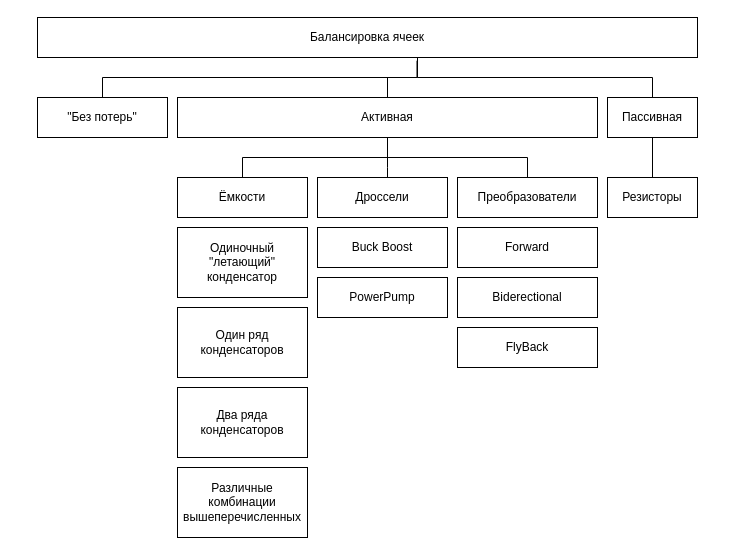
Earlier version of the draw.io diagram img/diagrams/Classification.drawio (buglalis/degree). Source tidied: cells renumbered, new cells numbered last; positions are measured from the earlier drawing's top-left corner, leaving out a move shared by most shapes. Both pictures are drawn from the tidied source at 100%, with x=0, y=0 at pixel (37, 17).
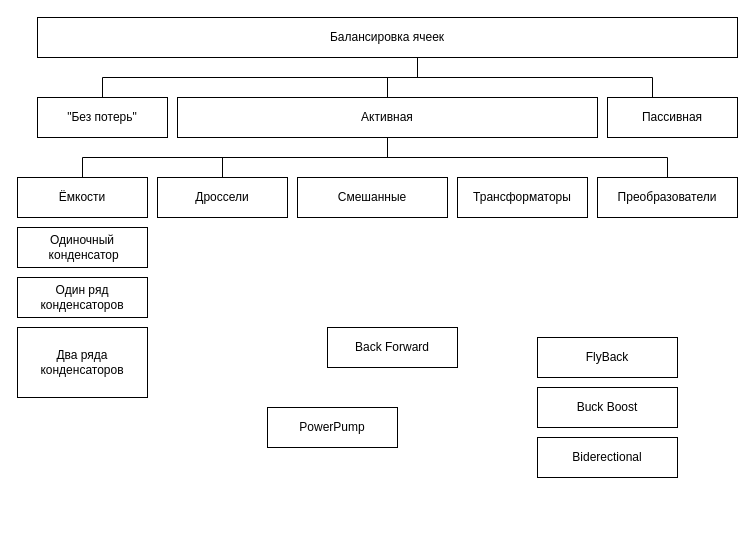
The same page after the edit.

The change refers to these unchanged cells:
```xml
<mxCell id="10" value="Активная" style="rounded=0;whiteSpace=wrap;html=1;" parent="1" vertex="1">
  <mxGeometry x="140" y="80" width="420" height="40" as="geometry" />
</mxCell>
<mxCell id="25" value="&quot;Без потерь&quot;" style="rounded=0;whiteSpace=wrap;html=1;" parent="1" vertex="1">
  <mxGeometry y="80" width="130" height="40" as="geometry" />
</mxCell>
```

Change to the diagram source:
```diff
@@
     <mxCell id="4" value="Балансировка ячеек" style="rounded=0;whiteSpace=wrap;html=1;" parent="1" vertex="1">
-      <mxGeometry width="660" height="40" as="geometry" />
+      <mxGeometry width="700" height="40" as="geometry" />
     </mxCell>
-    <mxCell id="5" style="edgeStyle=orthogonalEdgeStyle;rounded=0;jettySize=auto;html=1;endArrow=none;endFill=0;" parent="1" edge="1" source="6" target="11">
-      <mxGeometry relative="1" as="geometry" />
-    </mxCell>
     <mxCell id="6" value="Пассивная" style="rounded=0;whiteSpace=wrap;html=1;" parent="1" vertex="1">
-      <mxGeometry x="570" y="80" width="90" height="40" as="geometry" />
+      <mxGeometry x="570" y="80" width="130" height="40" as="geometry" />
     </mxCell>
     <mxCell id="7" style="edgeStyle=orthogonalEdgeStyle;rounded=0;jettySize=auto;html=1;strokeColor=default;align=center;verticalAlign=middle;fontFamily=Helvetica;fontSize=11;fontColor=default;labelBackgroundColor=default;endArrow=none;endFill=0;" parent="1" edge="1" source="10" target="12">
-      <mxGeometry relative="1" as="geometry" />
+      <mxGeometry relative="1" as="geometry">
+        <Array as="points">
+          <mxPoint x="350" y="140" />
+          <mxPoint x="45" y="140" />
+        </Array>
+      </mxGeometry>
     </mxCell>
     <mxCell id="8" style="edgeStyle=orthogonalEdgeStyle;rounded=0;jettySize=auto;html=1;strokeColor=default;align=center;verticalAlign=middle;fontFamily=Helvetica;fontSize=11;fontColor=default;labelBackgroundColor=default;endArrow=none;endFill=0;" parent="1" edge="1" source="10" target="13">
       <mxGeometry relative="1" as="geometry">
         <Array as="points">
-          <mxPoint x="350" y="150" />
-          <mxPoint x="350" y="150" />
+          <mxPoint x="350" y="140" />
+          <mxPoint x="185" y="140" />
         </Array>
       </mxGeometry>
     </mxCell>
@@
-    <mxCell id="11" value="Резисторы" style="rounded=0;whiteSpace=wrap;html=1;" parent="1" vertex="1">
-      <mxGeometry x="570" y="160" width="90" height="40" as="geometry" />
-    </mxCell>
     <mxCell id="12" value="Ёмкости" style="rounded=0;whiteSpace=wrap;html=1;" parent="1" vertex="1">
-      <mxGeometry x="140" y="160" width="130" height="40" as="geometry" />
+      <mxGeometry x="-20" y="160" width="130" height="40" as="geometry" />
     </mxCell>
     <mxCell id="13" value="Дроссели" style="rounded=0;whiteSpace=wrap;html=1;" parent="1" vertex="1">
-      <mxGeometry x="280" y="160" width="130" height="40" as="geometry" />
+      <mxGeometry x="120" y="160" width="130" height="40" as="geometry" />
     </mxCell>
     <mxCell id="14" value="Преобразователи" style="rounded=0;whiteSpace=wrap;html=1;" parent="1" vertex="1">
-      <mxGeometry x="420" y="160" width="140" height="40" as="geometry" />
+      <mxGeometry x="560" y="160" width="140" height="40" as="geometry" />
     </mxCell>
-    <mxCell id="15" value="Одиночный &quot;летающий&lt;span style=&quot;background-color: initial;&quot;&gt;&quot; конденсатор&lt;/span&gt;" style="rounded=0;whiteSpace=wrap;html=1;" parent="1" vertex="1">
-      <mxGeometry x="140" y="210" width="130" height="70" as="geometry" />
+    <mxCell id="15" value="Одиночный &lt;span style=&quot;background-color: initial;&quot;&gt;&amp;nbsp;конденсатор&lt;/span&gt;" style="rounded=0;whiteSpace=wrap;html=1;" parent="1" vertex="1">
+      <mxGeometry x="-20" y="210" width="130" height="40" as="geometry" />
     </mxCell>
     <mxCell id="16" value="Один ряд&lt;div&gt;конденсаторов&lt;/div&gt;" style="rounded=0;whiteSpace=wrap;html=1;" parent="1" vertex="1">
-      <mxGeometry x="140" y="290" width="130" height="70" as="geometry" />
+      <mxGeometry x="-20" y="260" width="130" height="40" as="geometry" />
     </mxCell>
     <mxCell id="17" value="Два ряда&lt;div&gt;конденсаторов&lt;/div&gt;" style="rounded=0;whiteSpace=wrap;html=1;" parent="1" vertex="1">
-      <mxGeometry x="140" y="370" width="130" height="70" as="geometry" />
+      <mxGeometry x="-20" y="310" width="130" height="70" as="geometry" />
     </mxCell>
-    <mxCell id="18" value="Различные комбинации вышеперечисленных" style="rounded=0;whiteSpace=wrap;html=1;" parent="1" vertex="1">
-      <mxGeometry x="140" y="450" width="130" height="70" as="geometry" />
-    </mxCell>
     <mxCell id="19" value="Buck Boost" style="rounded=0;whiteSpace=wrap;html=1;" parent="1" vertex="1">
-      <mxGeometry x="280" y="210" width="130" height="40" as="geometry" />
+      <mxGeometry x="500" y="370" width="140" height="40" as="geometry" />
     </mxCell>
     <mxCell id="20" value="PowerPump" style="rounded=0;whiteSpace=wrap;html=1;" parent="1" vertex="1">
-      <mxGeometry x="280" y="260" width="130" height="40" as="geometry" />
+      <mxGeometry x="230" y="390" width="130" height="40" as="geometry" />
     </mxCell>
-    <mxCell id="21" value="Forward" style="rounded=0;whiteSpace=wrap;html=1;" parent="1" vertex="1">
-      <mxGeometry x="420" y="210" width="140" height="40" as="geometry" />
+    <mxCell id="21" value="Back Forward" style="rounded=0;whiteSpace=wrap;html=1;" parent="1" vertex="1">
+      <mxGeometry x="290" y="310" width="130" height="40" as="geometry" />
     </mxCell>
     <mxCell id="22" value="Biderectional" style="rounded=0;whiteSpace=wrap;html=1;" parent="1" vertex="1">
-      <mxGeometry x="420" y="260" width="140" height="40" as="geometry" />
+      <mxGeometry x="500" y="420" width="140" height="40" as="geometry" />
     </mxCell>
     <mxCell id="23" value="FlyBack" style="rounded=0;whiteSpace=wrap;html=1;" parent="1" vertex="1">
-      <mxGeometry x="420" y="310" width="140" height="40" as="geometry" />
+      <mxGeometry x="500" y="320" width="140" height="40" as="geometry" />
     </mxCell>
-    <mxCell id="24" style="edgeStyle=orthogonalEdgeStyle;rounded=0;jettySize=auto;html=1;endArrow=none;startFill=0;entryX=0.575;entryY=1.08;entryDx=0;entryDy=0;entryPerimeter=0;" parent="1" edge="1" source="25" target="4">
-      <mxGeometry relative="1" as="geometry" />
+    <mxCell id="24" style="edgeStyle=orthogonalEdgeStyle;rounded=0;jettySize=auto;html=1;endArrow=none;startFill=0;" parent="1" edge="1" source="25" target="4">
+      <mxGeometry relative="1" as="geometry">
+        <Array as="points">
+          <mxPoint x="65" y="60" />
+          <mxPoint x="380" y="60" />
+        </Array>
+      </mxGeometry>
     </mxCell>
@@
+    <mxCell id="26" value="Смешанные" style="rounded=0;whiteSpace=wrap;html=1;" parent="1" vertex="1">
+      <mxGeometry x="260" y="160" width="150" height="40" as="geometry" />
+    </mxCell>
+    <mxCell id="27" value="Трансформаторы" style="rounded=0;whiteSpace=wrap;html=1;" parent="1" vertex="1">
+      <mxGeometry x="420" y="160" width="130" height="40" as="geometry" />
+    </mxCell>
```
